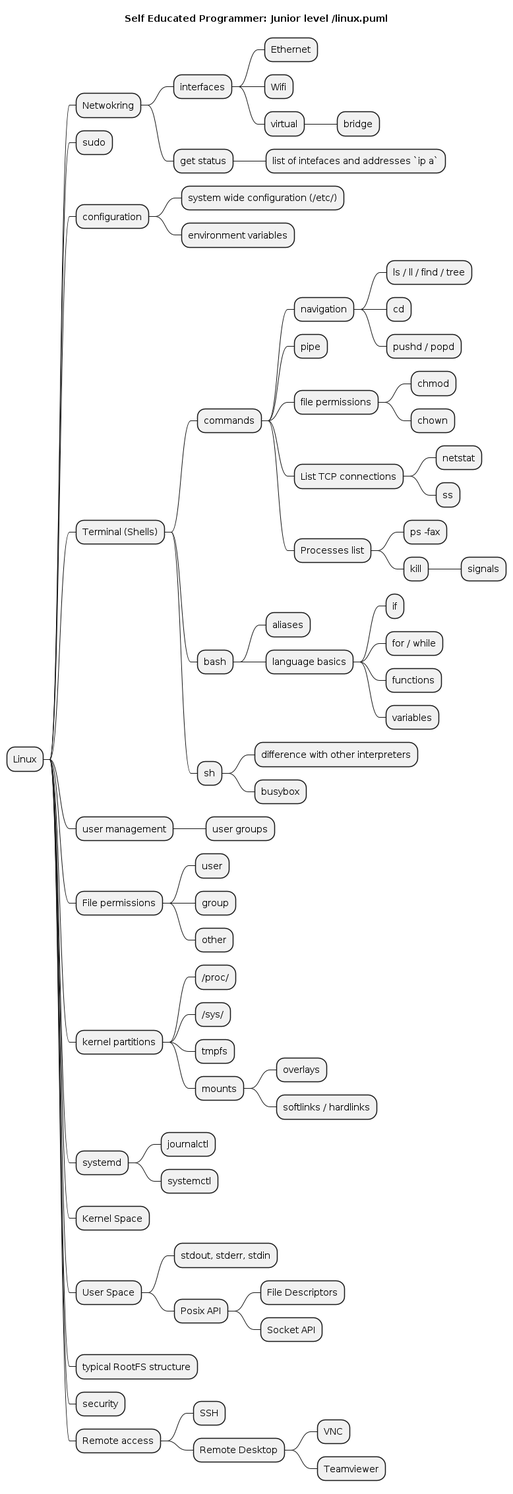
Before: src/linux.puml.png, a diagram exported from PlantUML (SmartSoftDev/self_educated_software_programmer_path). Source of this version:
```plantuml
@startmindmap
title Self Educated Programmer: Junior level /linux.puml


* Linux
** Netwokring
*** interfaces
**** Ethernet
**** Wifi
**** virtual
***** bridge
*** get status
**** list of intefaces and addresses `ip a`
** sudo
** configuration
*** system wide configuration (/etc/)
*** environment variables
** Terminal (Shells)
*** commands
**** navigation
***** ls / ll / find / tree
***** cd
***** pushd / popd
**** pipe
**** file permissions
***** chmod
***** chown
**** List TCP connections
***** netstat
***** ss
**** Processes list
***** ps -fax
***** kill
****** signals
*** bash
**** aliases
**** language basics
***** if
***** for / while
***** functions
***** variables
*** sh
**** difference with other interpreters
**** busybox
** user management
*** user groups
** File permissions
*** user
*** group
*** other
** kernel partitions
*** /proc/
*** /sys/
*** tmpfs
*** mounts
**** overlays
**** softlinks / hardlinks
** systemd
*** journalctl
*** systemctl
** Kernel Space
** User Space
*** stdout, stderr, stdin
*** Posix API
**** File Descriptors
**** Socket API
** typical RootFS structure
** security
** Remote access
*** SSH
*** Remote Desktop
**** VNC
**** Teamviewer


@endmindmap
```
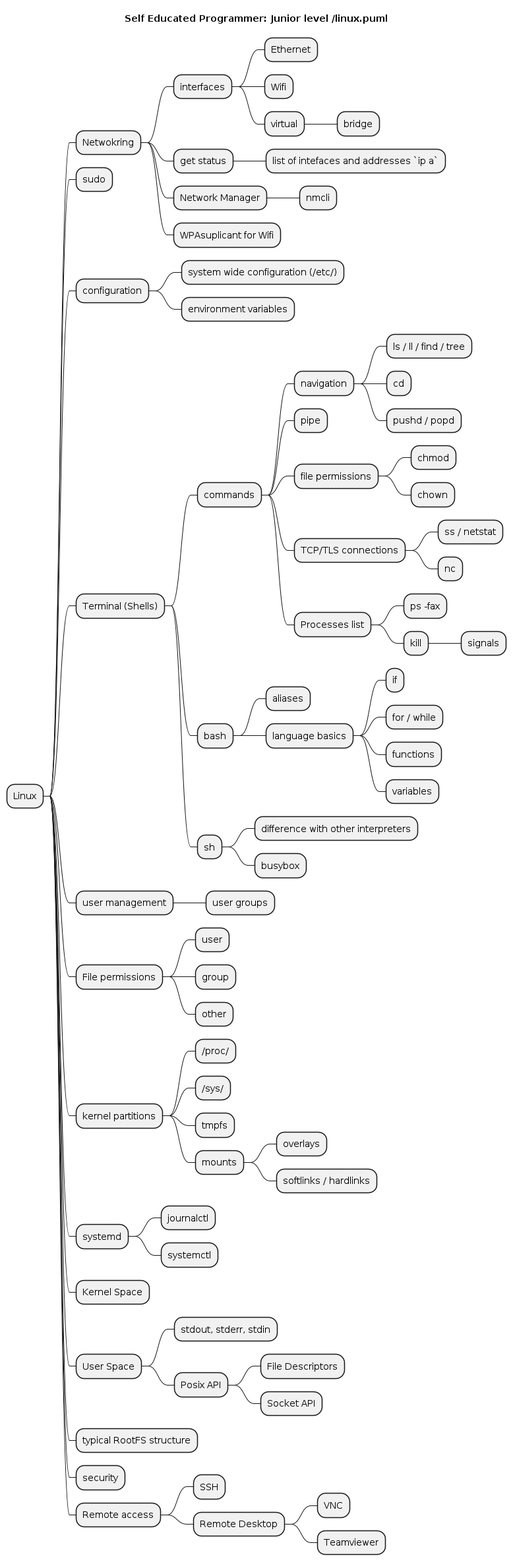
The same file after the commit.

Diff of the diagram source:
```diff
@@ -11,6 +11,9 @@
 ***** bridge
 *** get status
 **** list of intefaces and addresses `ip a`
+*** Network Manager
+**** nmcli
+*** WPAsuplicant for Wifi
 ** sudo
 ** configuration
 *** system wide configuration (/etc/)
@@ -25,9 +28,9 @@
 **** file permissions
 ***** chmod
 ***** chown
-**** List TCP connections
-***** netstat
-***** ss
+**** TCP/TLS connections
+***** ss / netstat
+***** nc
 **** Processes list
 ***** ps -fax
 ***** kill
```
